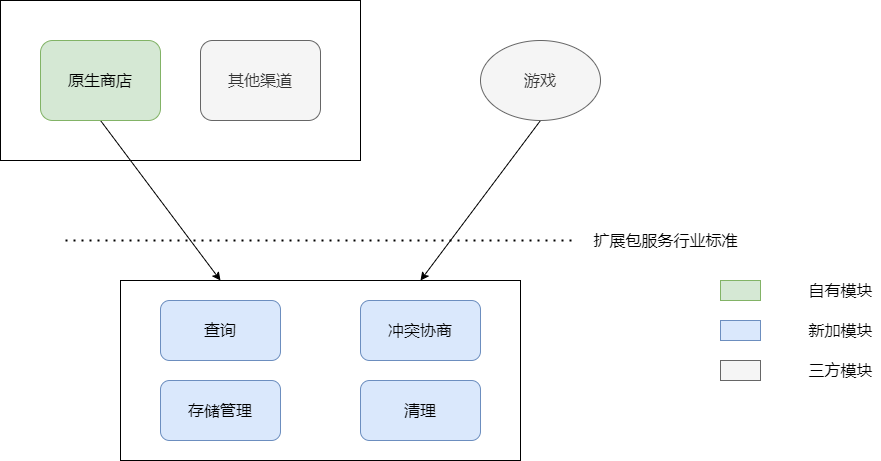
Above: obb_concept.png in craftsfish/design (draw.io), before the change. Source tidied: cells renumbered, new cells last; positions are measured from the earlier drawing's top-left corner, leaving out a move shared by most shapes.
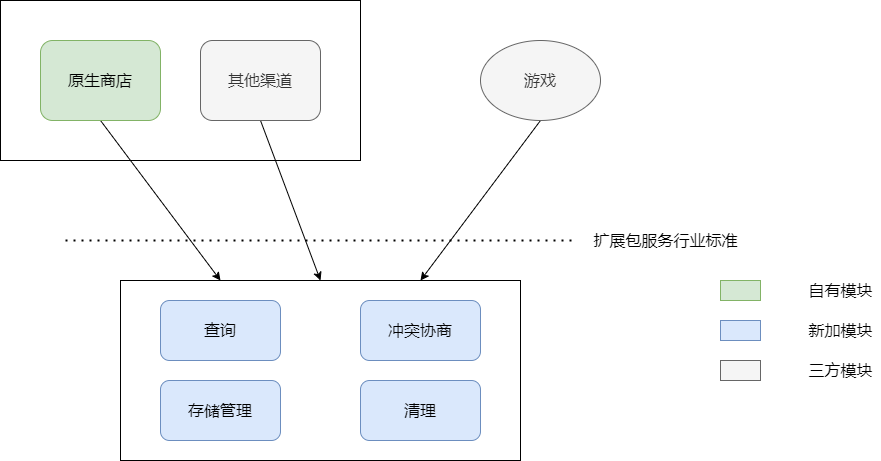
The same file after the commit.

Change to the diagram source:
```diff
@@ -41,6 +41,9 @@
     <mxCell id="13" value="原生商店" style="rounded=1;whiteSpace=wrap;html=1;fontSize=16;fillColor=#d5e8d4;strokeColor=#82b366;" parent="1" vertex="1">
       <mxGeometry x="40" y="40" width="120" height="80" as="geometry" />
     </mxCell>
+    <mxCell id="21" style="edgeStyle=none;rounded=0;jettySize=auto;html=1;exitX=0.5;exitY=1;exitDx=0;exitDy=0;entryX=0.5;entryY=0;entryDx=0;entryDy=0;fontSize=16;" parent="1" edge="1" source="14" target="3">
+      <mxGeometry relative="1" as="geometry" />
+    </mxCell>
     <mxCell id="14" value="其他渠道" style="rounded=1;whiteSpace=wrap;html=1;fontSize=16;fillColor=#f5f5f5;strokeColor=#666666;fontColor=#333333;" parent="1" vertex="1">
       <mxGeometry x="200" y="40" width="120" height="80" as="geometry" />
     </mxCell>
```
